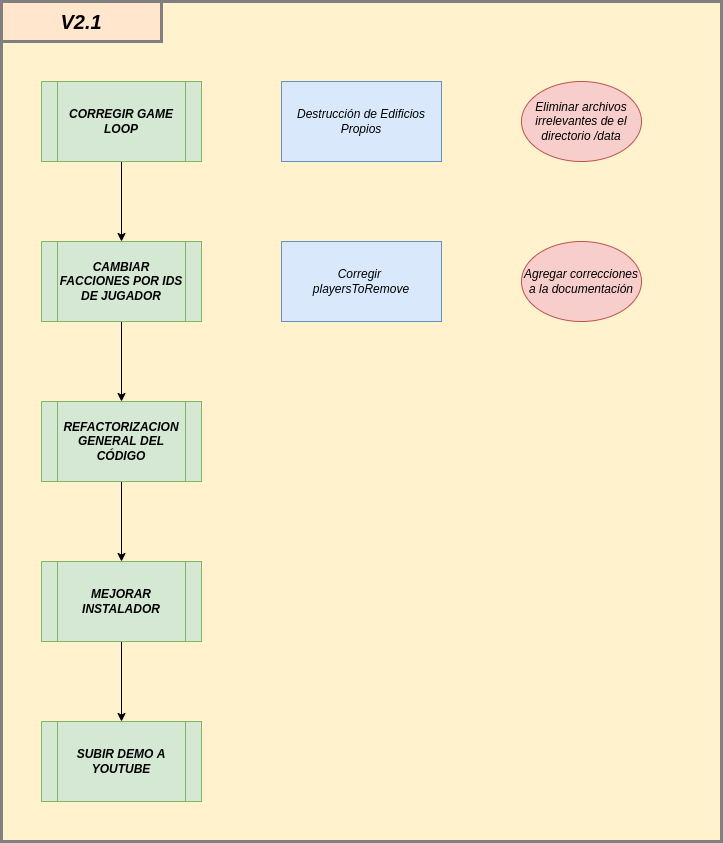
Earlier version of the draw.io export Roadmap.png (Lautaro-De-Lucia/TDP-Dune2022). Source tidied: cells renumbered, new cells last; positions are measured from the earlier drawing's top-left corner, leaving out a move shared by most shapes. The source it was exported from:
```xml
<mxGraphModel>
  <root>
    <mxCell id="0" />
    <mxCell id="1" parent="0" />
    <mxCell id="2" style="rounded=0;whiteSpace=wrap;html=1;strokeColor=#808080;strokeWidth=3;fillColor=#fff2cc;" parent="1" vertex="1">
      <mxGeometry width="720" height="840" as="geometry" />
    </mxCell>
    <mxCell id="3" style="edgeStyle=orthogonalEdgeStyle;rounded=0;jettySize=auto;html=1;" parent="1" edge="1" source="4">
      <mxGeometry relative="1" as="geometry">
        <mxPoint x="120" y="240" as="targetPoint" />
      </mxGeometry>
    </mxCell>
    <mxCell id="4" value="&lt;b&gt;&lt;i&gt;CORREGIR GAME LOOP&lt;/i&gt;&lt;/b&gt;" style="shape=process;whiteSpace=wrap;html=1;backgroundOutline=1;strokeColor=#82b366;fillColor=#d5e8d4;" parent="1" vertex="1">
      <mxGeometry x="40" y="80" width="160" height="80" as="geometry" />
    </mxCell>
    <mxCell id="5" style="edgeStyle=orthogonalEdgeStyle;rounded=0;jettySize=auto;html=1;entryX=0.5;entryY=0;entryDx=0;entryDy=0;" parent="1" edge="1" source="6" target="8">
      <mxGeometry relative="1" as="geometry" />
    </mxCell>
    <mxCell id="6" value="&lt;b&gt;&lt;i&gt;CAMBIAR FACCIONES POR IDS DE JUGADOR&lt;/i&gt;&lt;/b&gt;" style="shape=process;whiteSpace=wrap;html=1;backgroundOutline=1;fillColor=#d5e8d4;strokeColor=#82b366;" parent="1" vertex="1">
      <mxGeometry x="40" y="240" width="160" height="80" as="geometry" />
    </mxCell>
    <mxCell id="7" style="edgeStyle=orthogonalEdgeStyle;rounded=0;jettySize=auto;html=1;" parent="1" edge="1" source="8" target="15">
      <mxGeometry relative="1" as="geometry" />
    </mxCell>
    <mxCell id="8" value="&lt;b&gt;&lt;i&gt;REFACTORIZACION GENERAL DEL CÓDIGO&lt;/i&gt;&lt;/b&gt;" style="shape=process;whiteSpace=wrap;html=1;backgroundOutline=1;fillColor=#d5e8d4;strokeColor=#82b366;" parent="1" vertex="1">
      <mxGeometry x="40" y="400" width="160" height="80" as="geometry" />
    </mxCell>
    <mxCell id="9" value="&lt;font style=&quot;font-size: 20px;&quot;&gt;&lt;i&gt;&lt;b&gt;V2.1&lt;/b&gt;&lt;/i&gt;&lt;/font&gt;" style="rounded=0;whiteSpace=wrap;html=1;strokeColor=#808080;strokeWidth=3;fillColor=#ffe6cc;" parent="1" vertex="1">
      <mxGeometry width="160" height="40" as="geometry" />
    </mxCell>
    <mxCell id="10" value="&lt;i&gt;Destrucción de Edificios Propios&lt;/i&gt;" style="rounded=0;whiteSpace=wrap;html=1;fillColor=#dae8fc;strokeColor=#6c8ebf;" parent="1" vertex="1">
      <mxGeometry x="280" y="80" width="160" height="80" as="geometry" />
    </mxCell>
    <mxCell id="11" value="&lt;i style=&quot;&quot;&gt;&lt;span style=&quot;&quot;&gt;&#9;&lt;/span&gt;Eliminar archivos irrelevantes de el directorio /data&lt;/i&gt;" style="ellipse;whiteSpace=wrap;html=1;fillColor=#f8cecc;strokeColor=#b85450;" parent="1" vertex="1">
      <mxGeometry x="520" y="80" width="120" height="80" as="geometry" />
    </mxCell>
    <mxCell id="12" value="&lt;i&gt;Agregar correcciones a la documentación&lt;/i&gt;" style="ellipse;whiteSpace=wrap;html=1;fillColor=#f8cecc;strokeColor=#b85450;" parent="1" vertex="1">
      <mxGeometry x="520" y="240" width="120" height="80" as="geometry" />
    </mxCell>
    <mxCell id="13" value="&lt;i&gt;Corregir &lt;br&gt;playersToRemove&lt;/i&gt;" style="rounded=0;whiteSpace=wrap;html=1;fillColor=#dae8fc;strokeColor=#6c8ebf;" parent="1" vertex="1">
      <mxGeometry x="280" y="240" width="160" height="80" as="geometry" />
    </mxCell>
    <mxCell id="14" style="edgeStyle=orthogonalEdgeStyle;rounded=0;jettySize=auto;html=1;entryX=0.5;entryY=0;entryDx=0;entryDy=0;" parent="1" edge="1" source="15" target="16">
      <mxGeometry relative="1" as="geometry" />
    </mxCell>
    <mxCell id="15" value="&lt;b&gt;&lt;i&gt;MEJORAR INSTALADOR&lt;/i&gt;&lt;/b&gt;" style="shape=process;whiteSpace=wrap;html=1;backgroundOutline=1;fillColor=#d5e8d4;strokeColor=#82b366;" parent="1" vertex="1">
      <mxGeometry x="40" y="560" width="160" height="80" as="geometry" />
    </mxCell>
    <mxCell id="16" value="&lt;b&gt;&lt;i&gt;SUBIR DEMO A YOUTUBE&lt;/i&gt;&lt;/b&gt;" style="shape=process;whiteSpace=wrap;html=1;backgroundOutline=1;fillColor=#d5e8d4;strokeColor=#82b366;" parent="1" vertex="1">
      <mxGeometry x="40" y="720" width="160" height="80" as="geometry" />
    </mxCell>
  </root>
</mxGraphModel>
```
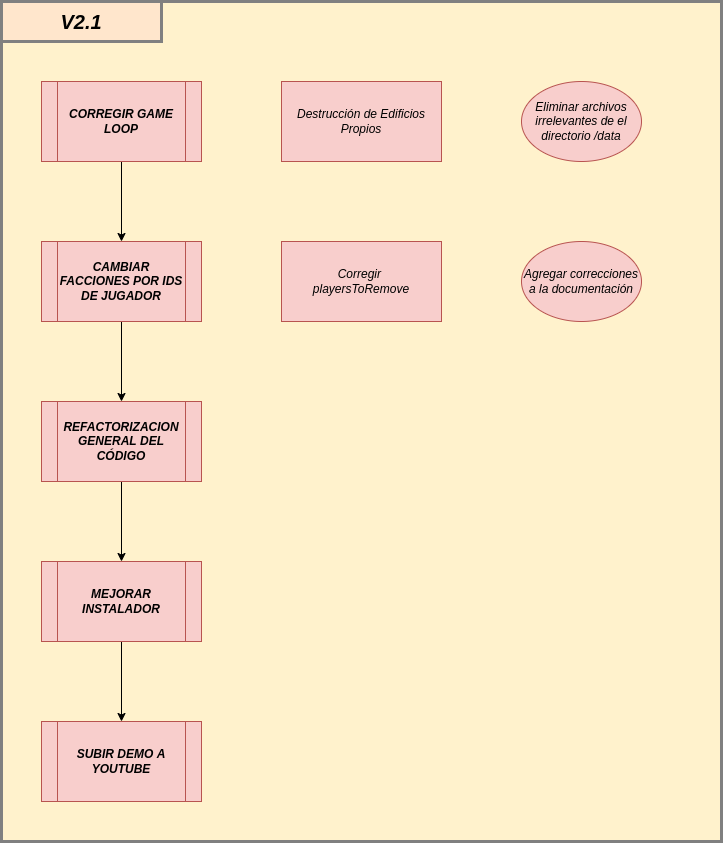
After the change.

Commit message:
Roadmap marked in red

The edit, as a diff of the source:
```diff
@@ -10,25 +10,25 @@
         <mxPoint x="120" y="240" as="targetPoint" />
       </mxGeometry>
     </mxCell>
-    <mxCell id="4" value="&lt;b&gt;&lt;i&gt;CORREGIR GAME LOOP&lt;/i&gt;&lt;/b&gt;" style="shape=process;whiteSpace=wrap;html=1;backgroundOutline=1;strokeColor=#82b366;fillColor=#d5e8d4;" parent="1" vertex="1">
+    <mxCell id="4" value="&lt;b&gt;&lt;i&gt;CORREGIR GAME LOOP&lt;/i&gt;&lt;/b&gt;" style="shape=process;whiteSpace=wrap;html=1;backgroundOutline=1;strokeColor=#b85450;fillColor=#f8cecc;" parent="1" vertex="1">
       <mxGeometry x="40" y="80" width="160" height="80" as="geometry" />
     </mxCell>
     <mxCell id="5" style="edgeStyle=orthogonalEdgeStyle;rounded=0;jettySize=auto;html=1;entryX=0.5;entryY=0;entryDx=0;entryDy=0;" parent="1" edge="1" source="6" target="8">
       <mxGeometry relative="1" as="geometry" />
     </mxCell>
-    <mxCell id="6" value="&lt;b&gt;&lt;i&gt;CAMBIAR FACCIONES POR IDS DE JUGADOR&lt;/i&gt;&lt;/b&gt;" style="shape=process;whiteSpace=wrap;html=1;backgroundOutline=1;fillColor=#d5e8d4;strokeColor=#82b366;" parent="1" vertex="1">
+    <mxCell id="6" value="&lt;b&gt;&lt;i&gt;CAMBIAR FACCIONES POR IDS DE JUGADOR&lt;/i&gt;&lt;/b&gt;" style="shape=process;whiteSpace=wrap;html=1;backgroundOutline=1;fillColor=#f8cecc;strokeColor=#b85450;" parent="1" vertex="1">
       <mxGeometry x="40" y="240" width="160" height="80" as="geometry" />
     </mxCell>
     <mxCell id="7" style="edgeStyle=orthogonalEdgeStyle;rounded=0;jettySize=auto;html=1;" parent="1" edge="1" source="8" target="15">
       <mxGeometry relative="1" as="geometry" />
     </mxCell>
-    <mxCell id="8" value="&lt;b&gt;&lt;i&gt;REFACTORIZACION GENERAL DEL CÓDIGO&lt;/i&gt;&lt;/b&gt;" style="shape=process;whiteSpace=wrap;html=1;backgroundOutline=1;fillColor=#d5e8d4;strokeColor=#82b366;" parent="1" vertex="1">
+    <mxCell id="8" value="&lt;b&gt;&lt;i&gt;REFACTORIZACION GENERAL DEL CÓDIGO&lt;/i&gt;&lt;/b&gt;" style="shape=process;whiteSpace=wrap;html=1;backgroundOutline=1;fillColor=#f8cecc;strokeColor=#b85450;" parent="1" vertex="1">
       <mxGeometry x="40" y="400" width="160" height="80" as="geometry" />
     </mxCell>
     <mxCell id="9" value="&lt;font style=&quot;font-size: 20px;&quot;&gt;&lt;i&gt;&lt;b&gt;V2.1&lt;/b&gt;&lt;/i&gt;&lt;/font&gt;" style="rounded=0;whiteSpace=wrap;html=1;strokeColor=#808080;strokeWidth=3;fillColor=#ffe6cc;" parent="1" vertex="1">
       <mxGeometry width="160" height="40" as="geometry" />
     </mxCell>
-    <mxCell id="10" value="&lt;i&gt;Destrucción de Edificios Propios&lt;/i&gt;" style="rounded=0;whiteSpace=wrap;html=1;fillColor=#dae8fc;strokeColor=#6c8ebf;" parent="1" vertex="1">
+    <mxCell id="10" value="&lt;i&gt;Destrucción de Edificios Propios&lt;/i&gt;" style="rounded=0;whiteSpace=wrap;html=1;fillColor=#f8cecc;strokeColor=#b85450;" parent="1" vertex="1">
       <mxGeometry x="280" y="80" width="160" height="80" as="geometry" />
     </mxCell>
     <mxCell id="11" value="&lt;i style=&quot;&quot;&gt;&lt;span style=&quot;&quot;&gt;&#9;&lt;/span&gt;Eliminar archivos irrelevantes de el directorio /data&lt;/i&gt;" style="ellipse;whiteSpace=wrap;html=1;fillColor=#f8cecc;strokeColor=#b85450;" parent="1" vertex="1">
@@ -37,16 +37,16 @@
     <mxCell id="12" value="&lt;i&gt;Agregar correcciones a la documentación&lt;/i&gt;" style="ellipse;whiteSpace=wrap;html=1;fillColor=#f8cecc;strokeColor=#b85450;" parent="1" vertex="1">
       <mxGeometry x="520" y="240" width="120" height="80" as="geometry" />
     </mxCell>
-    <mxCell id="13" value="&lt;i&gt;Corregir &lt;br&gt;playersToRemove&lt;/i&gt;" style="rounded=0;whiteSpace=wrap;html=1;fillColor=#dae8fc;strokeColor=#6c8ebf;" parent="1" vertex="1">
+    <mxCell id="13" value="&lt;i&gt;Corregir &lt;br&gt;playersToRemove&lt;/i&gt;" style="rounded=0;whiteSpace=wrap;html=1;fillColor=#f8cecc;strokeColor=#b85450;" parent="1" vertex="1">
       <mxGeometry x="280" y="240" width="160" height="80" as="geometry" />
     </mxCell>
     <mxCell id="14" style="edgeStyle=orthogonalEdgeStyle;rounded=0;jettySize=auto;html=1;entryX=0.5;entryY=0;entryDx=0;entryDy=0;" parent="1" edge="1" source="15" target="16">
       <mxGeometry relative="1" as="geometry" />
     </mxCell>
-    <mxCell id="15" value="&lt;b&gt;&lt;i&gt;MEJORAR INSTALADOR&lt;/i&gt;&lt;/b&gt;" style="shape=process;whiteSpace=wrap;html=1;backgroundOutline=1;fillColor=#d5e8d4;strokeColor=#82b366;" parent="1" vertex="1">
+    <mxCell id="15" value="&lt;b&gt;&lt;i&gt;MEJORAR INSTALADOR&lt;/i&gt;&lt;/b&gt;" style="shape=process;whiteSpace=wrap;html=1;backgroundOutline=1;fillColor=#f8cecc;strokeColor=#b85450;" parent="1" vertex="1">
       <mxGeometry x="40" y="560" width="160" height="80" as="geometry" />
     </mxCell>
-    <mxCell id="16" value="&lt;b&gt;&lt;i&gt;SUBIR DEMO A YOUTUBE&lt;/i&gt;&lt;/b&gt;" style="shape=process;whiteSpace=wrap;html=1;backgroundOutline=1;fillColor=#d5e8d4;strokeColor=#82b366;" parent="1" vertex="1">
+    <mxCell id="16" value="&lt;b&gt;&lt;i&gt;SUBIR DEMO A YOUTUBE&lt;/i&gt;&lt;/b&gt;" style="shape=process;whiteSpace=wrap;html=1;backgroundOutline=1;fillColor=#f8cecc;strokeColor=#b85450;" parent="1" vertex="1">
       <mxGeometry x="40" y="720" width="160" height="80" as="geometry" />
     </mxCell>
   </root>
```
